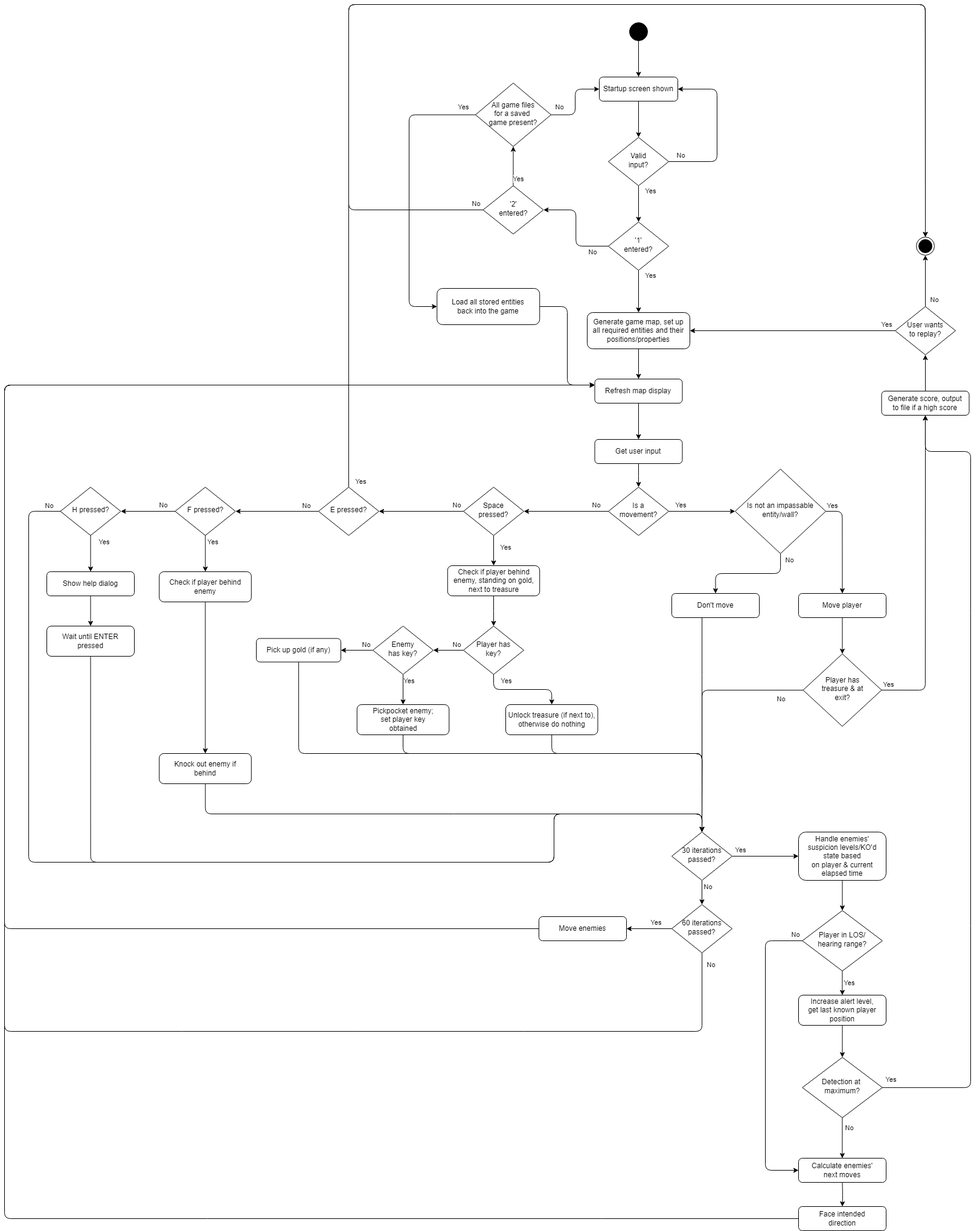
The draw.io diagram media/Flow Chart.png in tcollyer1/cmd-stealth-game, before a commit. Source tidied: cells renumbered, new cells last; positions are measured from the earlier drawing's top-left corner, leaving out a move shared by most shapes.
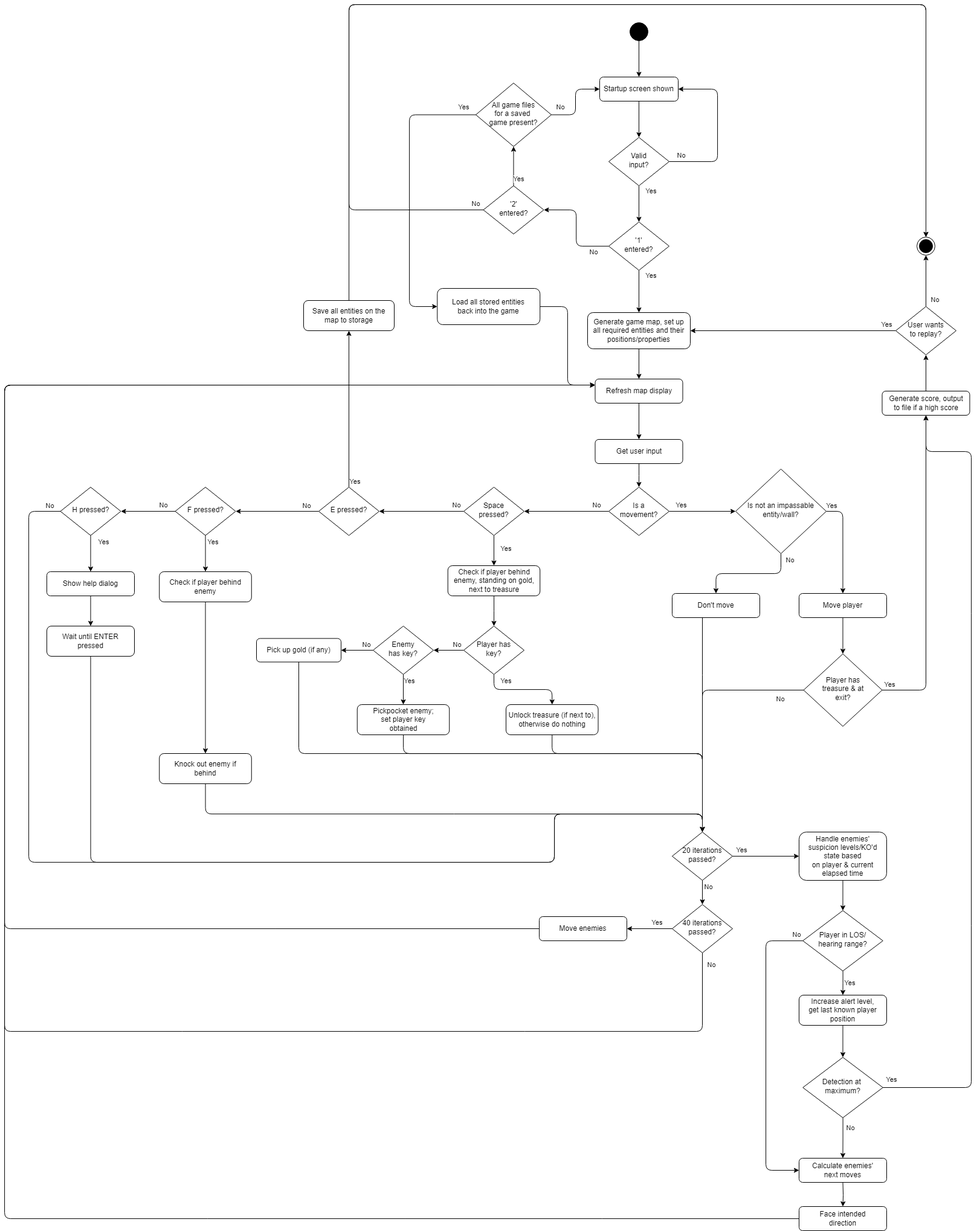
After the commit.

Commit message:
Updated flow chart and num. iterations between enemy move cycles

Diff of the diagram source:
```diff
@@ -88,7 +88,7 @@
     <mxCell id="26" value="Yes" style="edgeStyle=orthogonalEdgeStyle;rounded=0;jettySize=auto;html=1;exitX=1;exitY=0.5;exitDx=0;exitDy=0;entryX=0;entryY=0.5;entryDx=0;entryDy=0;" parent="1" edge="1" source="27" target="40">
       <mxGeometry x="-0.72" y="10" relative="1" as="geometry" />
     </mxCell>
-    <mxCell id="27" value="30 iterations&lt;br&gt;passed?" style="rhombus;whiteSpace=wrap;html=1;shadow=0;fontFamily=Helvetica;fontSize=12;align=center;strokeWidth=1;spacing=6;spacingTop=-4;" parent="1" vertex="1">
+    <mxCell id="27" value="20 iterations&lt;br&gt;passed?" style="rhombus;whiteSpace=wrap;html=1;shadow=0;fontFamily=Helvetica;fontSize=12;align=center;strokeWidth=1;spacing=6;spacingTop=-4;" parent="1" vertex="1">
       <mxGeometry x="1105" y="1370" width="100" height="80" as="geometry" />
     </mxCell>
     <mxCell id="28" style="edgeStyle=orthogonalEdgeStyle;rounded=0;jettySize=auto;html=1;exitX=0.5;exitY=1;exitDx=0;exitDy=0;entryX=0.5;entryY=0;entryDx=0;entryDy=0;" parent="1" edge="1" target="30">
@@ -119,7 +119,7 @@
         </Array>
       </mxGeometry>
     </mxCell>
-    <mxCell id="33" value="60 iterations&lt;br&gt;passed?" style="rhombus;whiteSpace=wrap;html=1;shadow=0;fontFamily=Helvetica;fontSize=12;align=center;strokeWidth=1;spacing=6;spacingTop=-4;" parent="1" vertex="1">
+    <mxCell id="33" value="40 iterations&lt;br&gt;passed?" style="rhombus;whiteSpace=wrap;html=1;shadow=0;fontFamily=Helvetica;fontSize=12;align=center;strokeWidth=1;spacing=6;spacingTop=-4;" parent="1" vertex="1">
       <mxGeometry x="1105" y="1490" width="100" height="80" as="geometry" />
     </mxCell>
     <mxCell id="34" style="edgeStyle=orthogonalEdgeStyle;rounded=0;jettySize=auto;html=1;entryX=0.5;entryY=0;entryDx=0;entryDy=0;" parent="1" edge="1" source="35" target="19">
@@ -356,14 +356,17 @@
     <mxCell id="90" value="No" style="edgeStyle=orthogonalEdgeStyle;rounded=0;jettySize=auto;html=1;entryX=1;entryY=0.5;entryDx=0;entryDy=0;" parent="1" edge="1" source="92" target="46">
       <mxGeometry x="-0.71" y="-9" relative="1" as="geometry" />
     </mxCell>
-    <mxCell id="91" value="Yes" style="edgeStyle=orthogonalEdgeStyle;rounded=1;jettySize=auto;html=1;entryX=0.5;entryY=0;entryDx=0;entryDy=0;" parent="1" edge="1" source="92" target="11">
-      <mxGeometry x="-0.99" y="-20" relative="1" as="geometry">
+    <mxCell id="91" value="Yes" style="edgeStyle=orthogonalEdgeStyle;rounded=1;jettySize=auto;html=1;entryX=0.5;entryY=0;entryDx=0;entryDy=0;" parent="1" edge="1" source="102" target="11">
+      <mxGeometry x="-1" y="-300" relative="1" as="geometry">
         <Array as="points">
-          <mxPoint x="570" />
           <mxPoint x="1525" />
         </Array>
+        <mxPoint x="-290" y="300" as="offset" />
       </mxGeometry>
     </mxCell>
+    <mxCell id="101" style="edgeStyle=orthogonalEdgeStyle;rounded=0;jettySize=auto;html=1;entryX=0.5;entryY=1;entryDx=0;entryDy=0;" parent="1" edge="1" source="92" target="102">
+      <mxGeometry relative="1" as="geometry" />
+    </mxCell>
     <mxCell id="92" value="E pressed?" style="rhombus;whiteSpace=wrap;html=1;shadow=0;fontFamily=Helvetica;fontSize=12;align=center;strokeWidth=1;spacing=6;spacingTop=-4;" parent="1" vertex="1">
       <mxGeometry x="520" y="799" width="100" height="80" as="geometry" />
     </mxCell>
@@ -402,5 +405,8 @@
     <mxCell id="100" value="Load all stored entities&lt;br&gt;back into the game" style="rounded=1;whiteSpace=wrap;html=1;fontSize=12;glass=0;strokeWidth=1;shadow=0;" parent="1" vertex="1">
       <mxGeometry x="716.2" y="470" width="170" height="60" as="geometry" />
     </mxCell>
+    <mxCell id="102" value="Save all entities on the&lt;br&gt;map to storage" style="rounded=1;whiteSpace=wrap;html=1;" parent="1" vertex="1">
+      <mxGeometry x="495" y="490" width="150" height="50" as="geometry" />
+    </mxCell>
   </root>
 </mxGraphModel>
```
